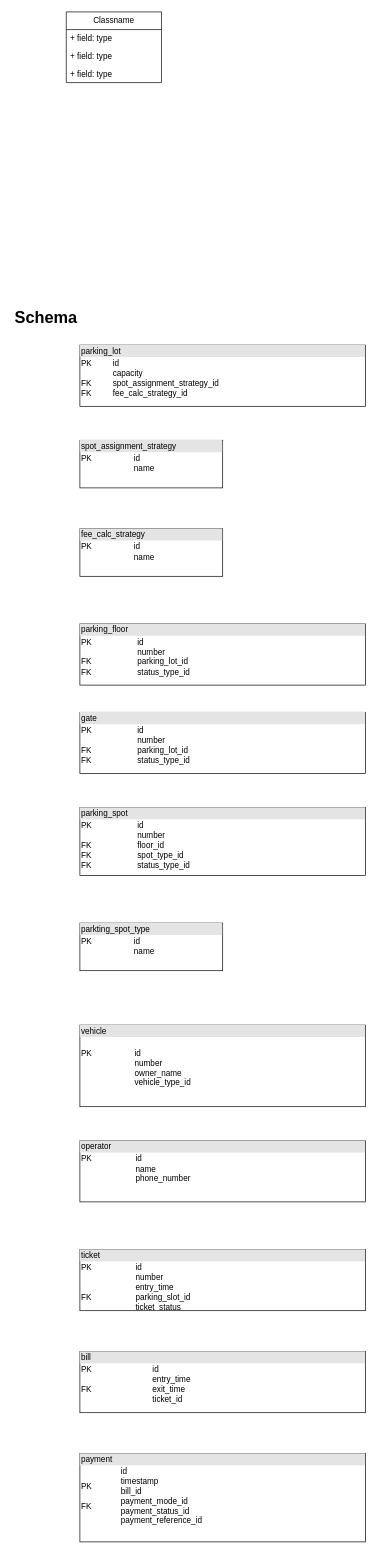
This is src/main/java/parkinglot/resources/parking-lot.drawio from ranchauh/lld, a draw.io file, before an edit. Source tidied: cells renumbered, new cells numbered last; positions are measured from the earlier drawing's top-left corner, leaving out a move shared by most shapes. Both pictures are drawn from the tidied source at 68%, with x=0, y=0 at pixel (12, 12).
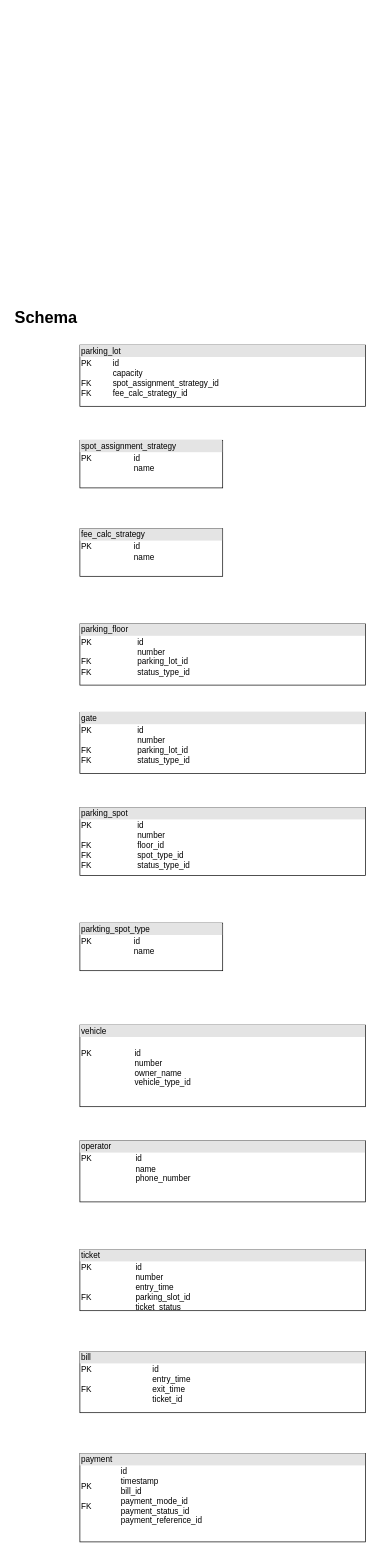
After the change.

Commit message (it also covers changes not shown here):
parking-lot implementation

The edit, as a diff of the source:
```diff
@@
 <mxGraphModel>
   <root>
     <mxCell id="0" />
     <mxCell id="1" parent="0" />
     <mxCell id="2" value="&lt;div style=&quot;box-sizing:border-box;width:100%;background:#e4e4e4;padding:2px;&quot;&gt;parking_lot&lt;/div&gt;&lt;table style=&quot;width:100%;font-size:1em;&quot; cellpadding=&quot;2&quot; cellspacing=&quot;0&quot;&gt;&lt;tbody&gt;&lt;tr&gt;&lt;td&gt;PK&lt;br&gt;&lt;br&gt;FK&lt;br&gt;FK&lt;br&gt;&lt;br&gt;&lt;/td&gt;&lt;td&gt;id&lt;br&gt;capacity&lt;br&gt;spot_assignment_strategy_id&lt;br&gt;fee_calc_strategy_id&lt;br&gt;&lt;br&gt;&lt;/td&gt;&lt;/tr&gt;&lt;/tbody&gt;&lt;/table&gt;" style="verticalAlign=top;align=left;overflow=fill;html=1;whiteSpace=wrap;" parent="1" vertex="1">
       <mxGeometry x="100" y="490" width="420" height="90" as="geometry" />
     </mxCell>
     <mxCell id="3" value="&lt;div style=&quot;box-sizing:border-box;width:100%;background:#e4e4e4;padding:2px;&quot;&gt;parking_floor&lt;/div&gt;&lt;table style=&quot;width:100%;font-size:1em;&quot; cellpadding=&quot;2&quot; cellspacing=&quot;0&quot;&gt;&lt;tbody&gt;&lt;tr&gt;&lt;td&gt;PK&lt;br&gt;&lt;br&gt;FK&lt;br&gt;FK&lt;br&gt;&lt;br&gt;&lt;/td&gt;&lt;td&gt;id&lt;br&gt;number&lt;br&gt;parking_lot_id&lt;br&gt;status_type_id&lt;br&gt;&lt;br&gt;&lt;/td&gt;&lt;/tr&gt;&lt;/tbody&gt;&lt;/table&gt;" style="verticalAlign=top;align=left;overflow=fill;html=1;whiteSpace=wrap;" parent="1" vertex="1">
       <mxGeometry x="100" y="900" width="420" height="90" as="geometry" />
     </mxCell>
     <mxCell id="4" value="&lt;div style=&quot;box-sizing:border-box;width:100%;background:#e4e4e4;padding:2px;&quot;&gt;gate&lt;/div&gt;&lt;table style=&quot;width:100%;font-size:1em;&quot; cellpadding=&quot;2&quot; cellspacing=&quot;0&quot;&gt;&lt;tbody&gt;&lt;tr&gt;&lt;td&gt;PK&lt;br&gt;&lt;br&gt;FK&lt;br&gt;FK&lt;br&gt;&lt;br&gt;&lt;/td&gt;&lt;td&gt;id&lt;br&gt;number&lt;br&gt;parking_lot_id&lt;br&gt;status_type_id&lt;br&gt;&lt;br&gt;&lt;/td&gt;&lt;/tr&gt;&lt;/tbody&gt;&lt;/table&gt;" style="verticalAlign=top;align=left;overflow=fill;html=1;whiteSpace=wrap;" parent="1" vertex="1">
       <mxGeometry x="100" y="1030" width="420" height="90" as="geometry" />
     </mxCell>
     <mxCell id="5" value="&lt;div style=&quot;box-sizing:border-box;width:100%;background:#e4e4e4;padding:2px;&quot;&gt;parking_spot&lt;/div&gt;&lt;table style=&quot;width:100%;font-size:1em;&quot; cellpadding=&quot;2&quot; cellspacing=&quot;0&quot;&gt;&lt;tbody&gt;&lt;tr&gt;&lt;td&gt;PK&lt;br&gt;&lt;br&gt;FK&lt;br&gt;FK&lt;br&gt;FK&lt;br&gt;&lt;br&gt;&lt;/td&gt;&lt;td&gt;id&lt;br&gt;number&lt;br&gt;floor_id&lt;br&gt;spot_type_id&lt;br&gt;status_type_id&lt;br&gt;&lt;br&gt;&lt;/td&gt;&lt;/tr&gt;&lt;/tbody&gt;&lt;/table&gt;" style="verticalAlign=top;align=left;overflow=fill;html=1;whiteSpace=wrap;" parent="1" vertex="1">
       <mxGeometry x="100" y="1170" width="420" height="100" as="geometry" />
     </mxCell>
     <mxCell id="6" value="&lt;div style=&quot;box-sizing:border-box;width:100%;background:#e4e4e4;padding:2px;&quot;&gt;vehicle&lt;/div&gt;&lt;table style=&quot;width:100%;font-size:1em;&quot; cellpadding=&quot;2&quot; cellspacing=&quot;0&quot;&gt;&lt;tbody&gt;&lt;tr&gt;&lt;td&gt;PK&lt;br&gt;&lt;br&gt;&lt;br&gt;&lt;br&gt;&lt;br&gt;&lt;br&gt;&lt;/td&gt;&lt;td&gt;&lt;br&gt;id&lt;br&gt;number&lt;br&gt;owner_name&lt;br&gt;vehicle_type_id&lt;br&gt;&lt;br&gt;&lt;br&gt;&lt;br&gt;&lt;/td&gt;&lt;/tr&gt;&lt;/tbody&gt;&lt;/table&gt;" style="verticalAlign=top;align=left;overflow=fill;html=1;whiteSpace=wrap;" parent="1" vertex="1">
       <mxGeometry x="100" y="1490" width="420" height="120" as="geometry" />
     </mxCell>
     <mxCell id="7" value="&lt;div style=&quot;box-sizing:border-box;width:100%;background:#e4e4e4;padding:2px;&quot;&gt;operator&lt;/div&gt;&lt;table style=&quot;width:100%;font-size:1em;&quot; cellpadding=&quot;2&quot; cellspacing=&quot;0&quot;&gt;&lt;tbody&gt;&lt;tr&gt;&lt;td&gt;PK&lt;br&gt;&lt;br&gt;&lt;br&gt;&lt;br&gt;&lt;br&gt;&lt;/td&gt;&lt;td&gt;id&lt;br&gt;name&lt;br&gt;phone_number&lt;br&gt;&lt;br&gt;&lt;br&gt;&lt;/td&gt;&lt;/tr&gt;&lt;/tbody&gt;&lt;/table&gt;" style="verticalAlign=top;align=left;overflow=fill;html=1;whiteSpace=wrap;" parent="1" vertex="1">
       <mxGeometry x="100" y="1660" width="420" height="90" as="geometry" />
     </mxCell>
     <mxCell id="8" value="&lt;div style=&quot;box-sizing:border-box;width:100%;background:#e4e4e4;padding:2px;&quot;&gt;ticket&lt;/div&gt;&lt;table style=&quot;width:100%;font-size:1em;&quot; cellpadding=&quot;2&quot; cellspacing=&quot;0&quot;&gt;&lt;tbody&gt;&lt;tr&gt;&lt;td&gt;PK&lt;br&gt;&lt;br&gt;&lt;br&gt;FK&lt;br&gt;&lt;br&gt;&lt;br&gt;&lt;br&gt;&lt;/td&gt;&lt;td&gt;id&lt;br&gt;number&lt;br&gt;entry_time&lt;br&gt;parking_slot_id&lt;br&gt;ticket_status&lt;br&gt;&lt;br&gt;&lt;br&gt;&lt;/td&gt;&lt;/tr&gt;&lt;/tbody&gt;&lt;/table&gt;" style="verticalAlign=top;align=left;overflow=fill;html=1;whiteSpace=wrap;" parent="1" vertex="1">
       <mxGeometry x="100" y="1820" width="420" height="90" as="geometry" />
     </mxCell>
     <mxCell id="9" value="&lt;div style=&quot;box-sizing:border-box;width:100%;background:#e4e4e4;padding:2px;&quot;&gt;bill&lt;/div&gt;&lt;table style=&quot;width:100%;font-size:1em;&quot; cellpadding=&quot;2&quot; cellspacing=&quot;0&quot;&gt;&lt;tbody&gt;&lt;tr&gt;&lt;td&gt;PK&lt;br&gt;&lt;br&gt;FK&lt;br&gt;&lt;br&gt;&lt;br&gt;&lt;br&gt;&lt;/td&gt;&lt;td&gt;id&lt;br&gt;entry_time&lt;br&gt;exit_time&lt;br&gt;ticket_id&lt;br&gt;&lt;br&gt;&lt;br&gt;&lt;/td&gt;&lt;/tr&gt;&lt;/tbody&gt;&lt;/table&gt;" style="verticalAlign=top;align=left;overflow=fill;html=1;whiteSpace=wrap;" parent="1" vertex="1">
       <mxGeometry x="100" y="1970" width="420" height="90" as="geometry" />
     </mxCell>
     <mxCell id="10" value="&lt;div style=&quot;box-sizing:border-box;width:100%;background:#e4e4e4;padding:2px;&quot;&gt;payment&lt;/div&gt;&lt;table style=&quot;width:100%;font-size:1em;&quot; cellpadding=&quot;2&quot; cellspacing=&quot;0&quot;&gt;&lt;tbody&gt;&lt;tr&gt;&lt;td&gt;PK&lt;br&gt;&lt;br&gt;FK&lt;br&gt;&lt;br&gt;&lt;br&gt;&lt;br&gt;&lt;/td&gt;&lt;td&gt;id&lt;br&gt;timestamp&lt;br&gt;bill_id&lt;br&gt;payment_mode_id&lt;br&gt;payment_status_id&lt;br&gt;payment_reference_id&lt;br&gt;&lt;br&gt;&lt;br&gt;&lt;br&gt;&lt;/td&gt;&lt;/tr&gt;&lt;/tbody&gt;&lt;/table&gt;" style="verticalAlign=top;align=left;overflow=fill;html=1;whiteSpace=wrap;" parent="1" vertex="1">
       <mxGeometry x="100" y="2120" width="420" height="130" as="geometry" />
     </mxCell>
     <mxCell id="11" value="&lt;div style=&quot;box-sizing:border-box;width:100%;background:#e4e4e4;padding:2px;&quot;&gt;spot_assignment_strategy&lt;/div&gt;&lt;table style=&quot;width:100%;font-size:1em;&quot; cellpadding=&quot;2&quot; cellspacing=&quot;0&quot;&gt;&lt;tbody&gt;&lt;tr&gt;&lt;td&gt;PK&lt;br&gt;&lt;br&gt;&lt;br&gt;&lt;/td&gt;&lt;td&gt;id&lt;br&gt;name&lt;br&gt;&lt;br&gt;&lt;/td&gt;&lt;/tr&gt;&lt;/tbody&gt;&lt;/table&gt;" style="verticalAlign=top;align=left;overflow=fill;html=1;whiteSpace=wrap;" parent="1" vertex="1">
       <mxGeometry x="100" y="630" width="210" height="70" as="geometry" />
     </mxCell>
     <mxCell id="12" value="&lt;div style=&quot;box-sizing:border-box;width:100%;background:#e4e4e4;padding:2px;&quot;&gt;fee_calc_strategy&lt;/div&gt;&lt;table style=&quot;width:100%;font-size:1em;&quot; cellpadding=&quot;2&quot; cellspacing=&quot;0&quot;&gt;&lt;tbody&gt;&lt;tr&gt;&lt;td&gt;PK&lt;br&gt;&lt;br&gt;&lt;br&gt;&lt;/td&gt;&lt;td&gt;id&lt;br&gt;name&lt;br&gt;&lt;br&gt;&lt;/td&gt;&lt;/tr&gt;&lt;/tbody&gt;&lt;/table&gt;" style="verticalAlign=top;align=left;overflow=fill;html=1;whiteSpace=wrap;" parent="1" vertex="1">
       <mxGeometry x="100" y="760" width="210" height="70" as="geometry" />
     </mxCell>
     <mxCell id="13" value="&lt;div style=&quot;box-sizing:border-box;width:100%;background:#e4e4e4;padding:2px;&quot;&gt;parkting_spot_type&lt;/div&gt;&lt;table style=&quot;width:100%;font-size:1em;&quot; cellpadding=&quot;2&quot; cellspacing=&quot;0&quot;&gt;&lt;tbody&gt;&lt;tr&gt;&lt;td&gt;PK&lt;br&gt;&lt;br&gt;&lt;br&gt;&lt;/td&gt;&lt;td&gt;id&lt;br&gt;name&lt;br&gt;&lt;br&gt;&lt;/td&gt;&lt;/tr&gt;&lt;/tbody&gt;&lt;/table&gt;" style="verticalAlign=top;align=left;overflow=fill;html=1;whiteSpace=wrap;" parent="1" vertex="1">
       <mxGeometry x="100" y="1340" width="210" height="70" as="geometry" />
     </mxCell>
     <mxCell id="14" value="Schema" style="text;strokeColor=none;fillColor=none;html=1;fontSize=24;fontStyle=1;verticalAlign=middle;align=center;" parent="1" vertex="1">
       <mxGeometry y="430" width="100" height="40" as="geometry" />
     </mxCell>
-    <mxCell id="15" value="Classname" style="swimlane;fontStyle=0;horizontal=1;startSize=26;fillColor=none;whiteSpace=wrap;html=1;" parent="1" vertex="1">
-      <mxGeometry x="80" width="140" height="104" as="geometry" />
-    </mxCell>
-    <mxCell id="16" value="+ field: type" style="text;strokeColor=none;fillColor=none;align=left;verticalAlign=top;spacingLeft=4;spacingRight=4;overflow=hidden;whiteSpace=wrap;html=1;" parent="15" vertex="1">
-      <mxGeometry y="26" width="140" height="26" as="geometry" />
-    </mxCell>
-    <mxCell id="17" value="+ field: type" style="text;strokeColor=none;fillColor=none;align=left;verticalAlign=top;spacingLeft=4;spacingRight=4;overflow=hidden;whiteSpace=wrap;html=1;" parent="15" vertex="1">
-      <mxGeometry y="52" width="140" height="26" as="geometry" />
-    </mxCell>
-    <mxCell id="18" value="+ field: type" style="text;strokeColor=none;fillColor=none;align=left;verticalAlign=top;spacingLeft=4;spacingRight=4;overflow=hidden;whiteSpace=wrap;html=1;" parent="15" vertex="1">
-      <mxGeometry y="78" width="140" height="26" as="geometry" />
-    </mxCell>
   </root>
 </mxGraphModel>
```
